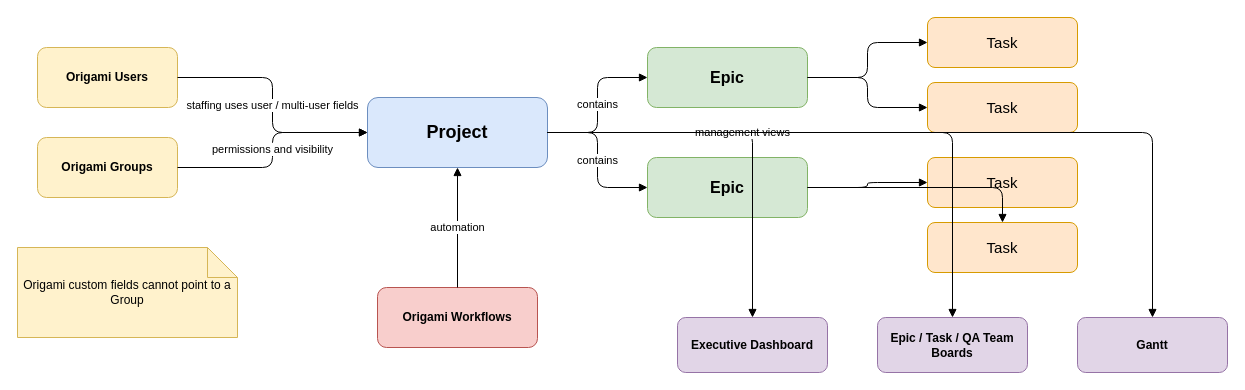
Earlier version of the draw.io diagram assets/diagrams/system-architecture.drawio (morbargig/Origami-Project-Management-App). Source tidied: cells renumbered, new cells numbered last; positions are measured from the earlier drawing's top-left corner, leaving out a move shared by most shapes. Both pictures are drawn from the tidied source at 100%, with x=0, y=0 at pixel (17, 17).
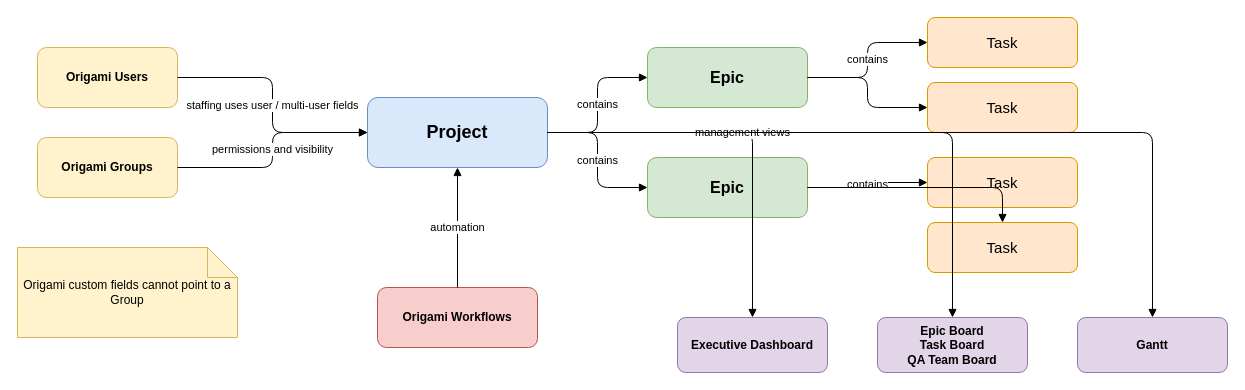
Above is the later version.

The change refers to these unchanged cells:
```xml
<mxCell id="3" value="Epic" style="rounded=1;whiteSpace=wrap;html=1;fillColor=#d5e8d4;strokeColor=#82b366;fontStyle=1;fontSize=16;" parent="1" vertex="1">
  <mxGeometry x="630" y="30" width="160" height="60" as="geometry" />
</mxCell>
<mxCell id="4" value="Epic" style="rounded=1;whiteSpace=wrap;html=1;fillColor=#d5e8d4;strokeColor=#82b366;fontStyle=1;fontSize=16;" parent="1" vertex="1">
  <mxGeometry x="630" y="140" width="160" height="60" as="geometry" />
</mxCell>
<mxCell id="5" value="Task" style="rounded=1;whiteSpace=wrap;html=1;fillColor=#ffe6cc;strokeColor=#d79b00;fontSize=15;" parent="1" vertex="1">
  <mxGeometry x="910" width="150" height="50" as="geometry" />
</mxCell>
<mxCell id="7" value="Task" style="rounded=1;whiteSpace=wrap;html=1;fillColor=#ffe6cc;strokeColor=#d79b00;fontSize=15;" parent="1" vertex="1">
  <mxGeometry x="910" y="140" width="150" height="50" as="geometry" />
</mxCell>
```

The edit, as a diff of the source:
```diff
@@
-    <mxCell id="13" value="Epic / Task / QA Team Boards" style="rounded=1;whiteSpace=wrap;html=1;fillColor=#e1d5e7;strokeColor=#9673a6;fontStyle=1;" parent="1" vertex="1">
+    <mxCell id="13" value="Epic Board&#10;Task Board&#10;QA Team Board" style="rounded=1;whiteSpace=wrap;html=1;fillColor=#e1d5e7;strokeColor=#9673a6;fontStyle=1;" parent="1" vertex="1">
       <mxGeometry x="860" y="300" width="150" height="55" as="geometry" />
     </mxCell>
@@
-    <mxCell id="17" style="edgeStyle=orthogonalEdgeStyle;html=1;endArrow=block;" parent="1" edge="1" source="3" target="5">
+    <mxCell id="17" value="contains" style="edgeStyle=orthogonalEdgeStyle;html=1;endArrow=block;" parent="1" edge="1" source="3" target="5">
       <mxGeometry relative="1" as="geometry" />
     </mxCell>
@@
-    <mxCell id="19" style="edgeStyle=orthogonalEdgeStyle;html=1;endArrow=block;" parent="1" edge="1" source="4" target="7">
+    <mxCell id="19" value="contains" style="edgeStyle=orthogonalEdgeStyle;html=1;endArrow=block;" parent="1" edge="1" source="4" target="7">
       <mxGeometry relative="1" as="geometry" />
     </mxCell>
```
